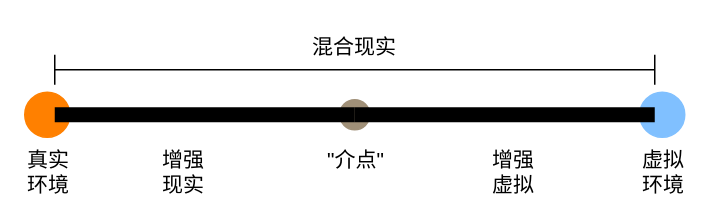
Earlier version of the draw.io diagram AR.drawio (Rinco1018/project_test). Source tidied: cells renumbered, new cells numbered last; positions are measured from the earlier drawing's top-left corner, leaving out a move shared by most shapes. Both pictures are drawn from the tidied source at 150%, with x=0, y=0 at pixel (24, 24).
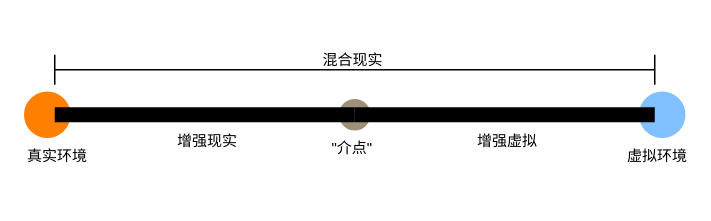
The same diagram, later.

What changed in the source:
```diff
@@
-    <mxCell id="3" value="增强&#10;现实" style="text;strokeColor=none;fillColor=none;fontSize=14;fontFamily=黑体;" parent="1" vertex="1">
-      <mxGeometry x="90" y="75" width="30" height="15" as="geometry" />
+    <mxCell id="3" value="增强现实" style="text;strokeColor=none;fillColor=none;fontSize=10;fontFamily=黑体;" parent="1" vertex="1">
+      <mxGeometry x="100" y="65" width="60" height="15" as="geometry" />
     </mxCell>
@@
-    <mxCell id="5" value="增强&#10;虚拟" style="text;strokeColor=none;fillColor=none;fontSize=14;fontFamily=黑体;" parent="1" vertex="1">
-      <mxGeometry x="310" y="75" width="40" height="20" as="geometry" />
+    <mxCell id="5" value="增强虚拟" style="text;strokeColor=none;fillColor=none;fontSize=10;fontFamily=黑体;" parent="1" vertex="1">
+      <mxGeometry x="300" y="65" width="64" height="20" as="geometry" />
     </mxCell>
@@
-    <mxCell id="7" value="混合现实" style="text;strokeColor=none;fillColor=none;fontSize=14;fontFamily=黑体;" parent="1" vertex="1">
-      <mxGeometry x="190" width="100" height="20" as="geometry" />
+    <mxCell id="7" value="混合现实" style="text;strokeColor=none;fillColor=none;fontSize=10;fontFamily=黑体;" parent="1" vertex="1">
+      <mxGeometry x="197" y="11" width="100" height="19" as="geometry" />
     </mxCell>
@@
-    <mxCell id="16" value="&quot;介点&quot;" style="text;strokeColor=none;fillColor=none;fontSize=14;fontFamily=黑体;" parent="1" vertex="1">
-      <mxGeometry x="200" y="75" width="40" height="15" as="geometry" />
+    <mxCell id="16" value="&quot;介点&quot;" style="text;strokeColor=none;fillColor=none;fontSize=10;fontFamily=黑体;" parent="1" vertex="1">
+      <mxGeometry x="203" y="70" width="40" height="15" as="geometry" />
     </mxCell>
-    <mxCell id="17" value="真实&#10;环境" style="text;strokeColor=none;fillColor=none;fontSize=14;fontFamily=黑体;" parent="1" vertex="1">
+    <mxCell id="17" value="真实环境" style="text;strokeColor=none;fillColor=none;fontSize=10;fontFamily=黑体;" parent="1" vertex="1">
       <mxGeometry y="75" width="30" height="15" as="geometry" />
     </mxCell>
-    <mxCell id="18" value="虚拟&#10;环境" style="text;strokeColor=none;fillColor=none;fontSize=14;fontFamily=黑体;" parent="1" vertex="1">
-      <mxGeometry x="410" y="75" width="30" height="15" as="geometry" />
+    <mxCell id="18" value="虚拟环境" style="text;strokeColor=none;fillColor=none;fontSize=10;fontFamily=黑体;" parent="1" vertex="1">
+      <mxGeometry x="400" y="75" width="30" height="15" as="geometry" />
     </mxCell>
+    <mxCell id="19" style="edgeStyle=orthogonalEdgeStyle;rounded=0;orthogonalLoop=1;jettySize=auto;html=1;exitX=0.5;exitY=1;exitDx=0;exitDy=0;" parent="1" edge="1" source="3" target="3">
+      <mxGeometry relative="1" as="geometry" />
+    </mxCell>
```
